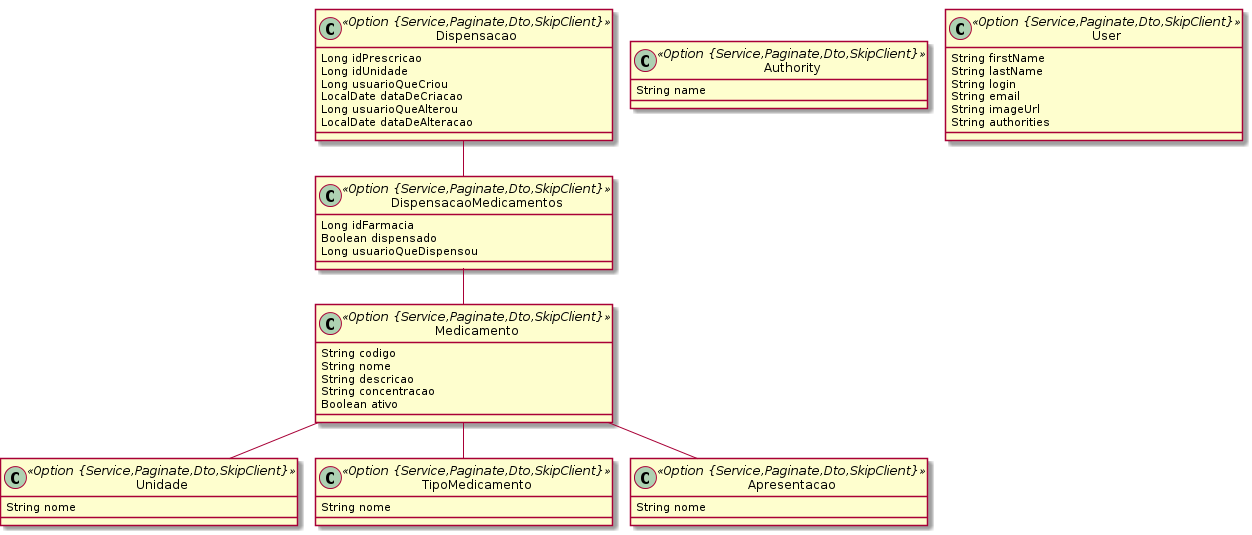
Above: farmacia/farmacia.png in BasisTI/madre (PlantUML), before the change.
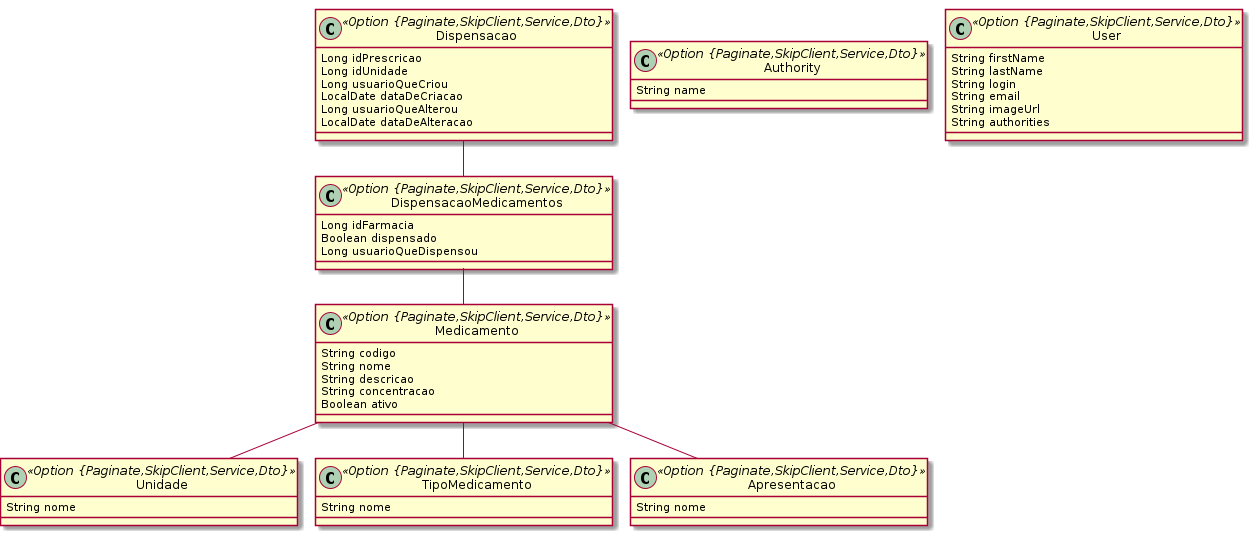
After the commit.

What changed in the source:
```diff
@@ -1,7 +1,7 @@
 @startuml
 	!pragma graphviz_dot jdot
 	!pragma syntax class
-	class Dispensacao <<Option {Service,Paginate,Dto,SkipClient}>> {
+	class Dispensacao <<Option {Paginate,SkipClient,Service,Dto}>> {
 		Long idPrescricao
 		Long idUnidade
 		Long usuarioQueCriou
@@ -9,25 +9,25 @@
 		Long usuarioQueAlterou
 		LocalDate dataDeAlteracao
 	}
-	class DispensacaoMedicamentos <<Option {Service,Paginate,Dto,SkipClient}>> {
+	class DispensacaoMedicamentos <<Option {Paginate,SkipClient,Service,Dto}>> {
 		Long idFarmacia
 		Boolean dispensado
 		Long usuarioQueDispensou
 	}
-	class Medicamento <<Option {Service,Paginate,Dto,SkipClient}>> {
+	class Medicamento <<Option {Paginate,SkipClient,Service,Dto}>> {
 		String codigo
 		String nome
 		String descricao
 		String concentracao
 		Boolean ativo
 	}
-	class Unidade <<Option {Service,Paginate,Dto,SkipClient}>> {
+	class Unidade <<Option {Paginate,SkipClient,Service,Dto}>> {
 		String nome
 	}
-	class TipoMedicamento <<Option {Service,Paginate,Dto,SkipClient}>> {
+	class TipoMedicamento <<Option {Paginate,SkipClient,Service,Dto}>> {
 		String nome
 	}
-	class Apresentacao <<Option {Service,Paginate,Dto,SkipClient}>> {
+	class Apresentacao <<Option {Paginate,SkipClient,Service,Dto}>> {
 		String nome
 	}
 	Dispensacao  "dispensacaoMedicamentos 0..1 " --o "0..* "  DispensacaoMedicamentos
@@ -35,10 +35,10 @@
 	Medicamento  "tipoMedicamento 0..* " o-- "0..1 "  TipoMedicamento
 	Medicamento  "apresentacao 0..* " o-- "0..1 "  Apresentacao
 	Medicamento  "unidade 0..* " o-- "0..1 "  Unidade
-	class Authority <<Option {Service,Paginate,Dto,SkipClient}>> {
+	class Authority <<Option {Paginate,SkipClient,Service,Dto}>> {
 		String name
 	}
-	class User <<Option {Service,Paginate,Dto,SkipClient}>> {
+	class User <<Option {Paginate,SkipClient,Service,Dto}>> {
 		String firstName
 		String lastName
 		String login
```
